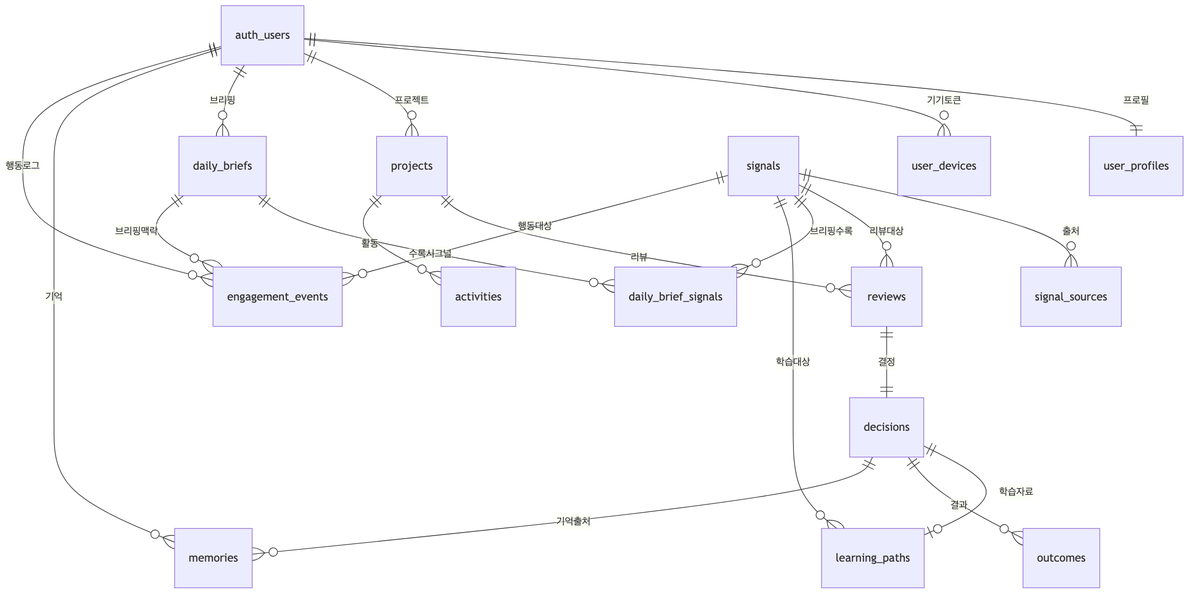
Earlier version of the Mermaid export docs/decision-os-erd.png (yoosg/decision-os). Its source is kept beside it as docs/decision-os-erd.mmd. Source of this version:
```mermaid
erDiagram
    auth_users ||--|| user_profiles : "프로필"
    auth_users ||--o{ user_devices : "기기토큰"
    auth_users ||--o{ projects : "프로젝트"
    auth_users ||--o{ daily_briefs : "브리핑"
    auth_users ||--o{ memories : "기억"
    auth_users ||--o{ engagement_events : "행동로그"
    projects ||--o{ reviews : "리뷰"
    projects ||--o{ activities : "활동"
    signals ||--o{ signal_sources : "출처"
    signals ||--o{ reviews : "리뷰대상"
    signals ||--o{ daily_brief_signals : "브리핑수록"
    signals ||--o{ learning_paths : "학습대상"
    signals ||--o{ engagement_events : "행동대상"
    daily_briefs ||--o{ daily_brief_signals : "수록시그널"
    daily_briefs ||--o{ engagement_events : "브리핑맥락"
    reviews ||--|| decisions : "결정"
    decisions ||--o| learning_paths : "학습자료"
    decisions ||--o{ outcomes : "결과"
    decisions ||--o{ memories : "기억출처"
```
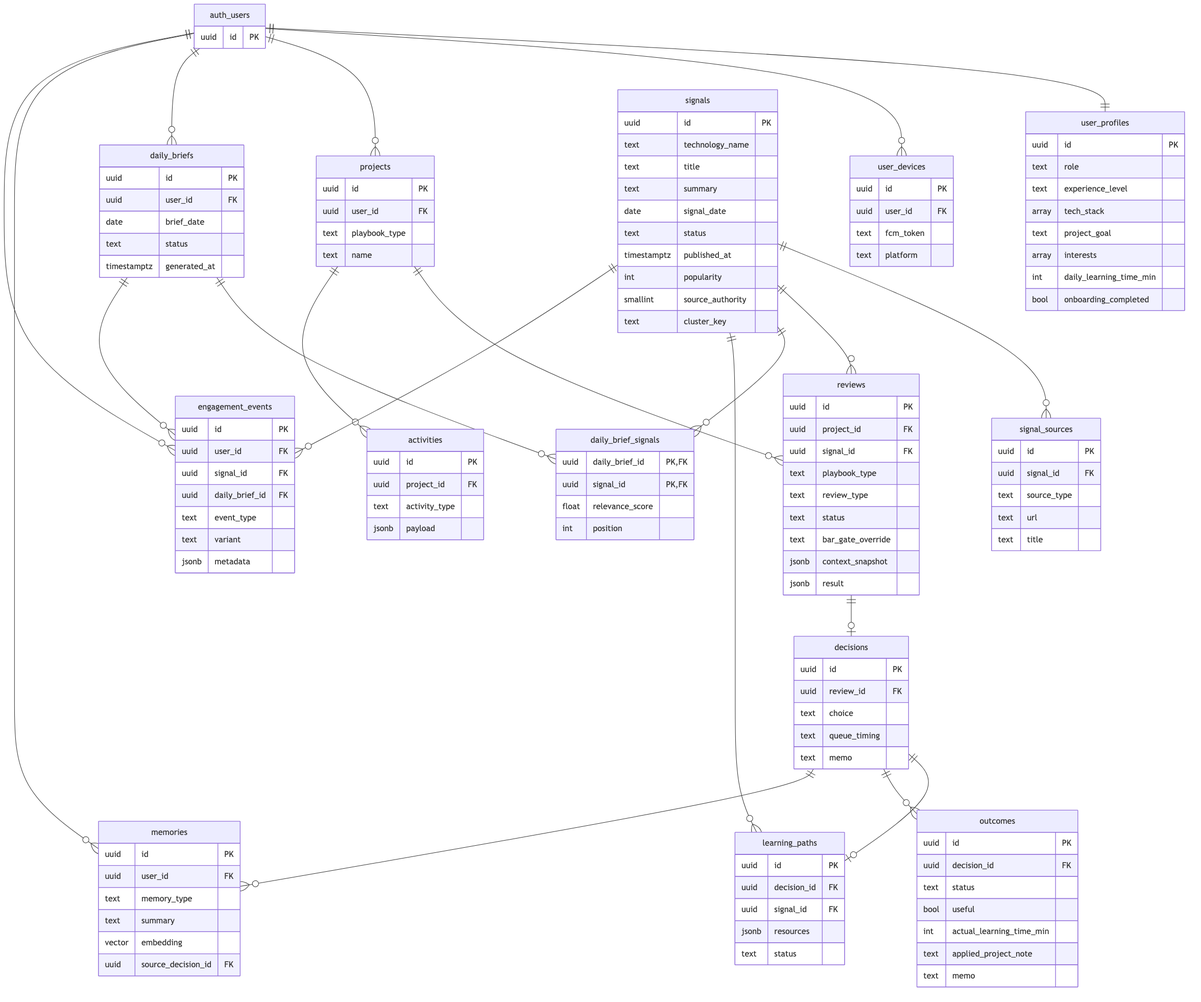
Above is the later version.

What changed in the source:
```diff
@@ -1,20 +1,135 @@
 erDiagram
-    auth_users ||--|| user_profiles : "프로필"
-    auth_users ||--o{ user_devices : "기기토큰"
-    auth_users ||--o{ projects : "프로젝트"
-    auth_users ||--o{ daily_briefs : "브리핑"
-    auth_users ||--o{ memories : "기억"
-    auth_users ||--o{ engagement_events : "행동로그"
-    projects ||--o{ reviews : "리뷰"
-    projects ||--o{ activities : "활동"
-    signals ||--o{ signal_sources : "출처"
-    signals ||--o{ reviews : "리뷰대상"
-    signals ||--o{ daily_brief_signals : "브리핑수록"
-    signals ||--o{ learning_paths : "학습대상"
-    signals ||--o{ engagement_events : "행동대상"
-    daily_briefs ||--o{ daily_brief_signals : "수록시그널"
-    daily_briefs ||--o{ engagement_events : "브리핑맥락"
-    reviews ||--|| decisions : "결정"
-    decisions ||--o| learning_paths : "학습자료"
-    decisions ||--o{ outcomes : "결과"
-    decisions ||--o{ memories : "기억출처"
+    auth_users ||--|| user_profiles : ""
+    auth_users ||--o{ user_devices : ""
+    auth_users ||--o{ projects : ""
+    auth_users ||--o{ daily_briefs : ""
+    auth_users ||--o{ memories : ""
+    auth_users ||--o{ engagement_events : ""
+    projects ||--o{ reviews : ""
+    projects ||--o{ activities : ""
+    signals ||--o{ signal_sources : ""
+    signals ||--o{ reviews : ""
+    signals ||--o{ daily_brief_signals : ""
+    signals ||--o{ learning_paths : ""
+    signals ||--o{ engagement_events : ""
+    daily_briefs ||--o{ daily_brief_signals : ""
+    daily_briefs ||--o{ engagement_events : ""
+    reviews ||--o| decisions : ""
+    decisions ||--o| learning_paths : ""
+    decisions ||--o{ outcomes : ""
+    decisions ||--o{ memories : ""
+
+    auth_users {
+        uuid id PK
+    }
+    user_profiles {
+        uuid id PK
+        text role
+        text experience_level
+        array tech_stack
+        text project_goal
+        array interests
+        int daily_learning_time_min
+        bool onboarding_completed
+    }
+    user_devices {
+        uuid id PK
+        uuid user_id FK
+        text fcm_token
+        text platform
+    }
+    projects {
+        uuid id PK
+        uuid user_id FK
+        text playbook_type
+        text name
+    }
+    signals {
+        uuid id PK
+        text technology_name
+        text title
+        text summary
+        date signal_date
+        text status
+        timestamptz published_at
+        int popularity
+        smallint source_authority
+        text cluster_key
+    }
+    signal_sources {
+        uuid id PK
+        uuid signal_id FK
+        text source_type
+        text url
+        text title
+    }
+    daily_briefs {
+        uuid id PK
+        uuid user_id FK
+        date brief_date
+        text status
+        timestamptz generated_at
+    }
+    daily_brief_signals {
+        uuid daily_brief_id PK,FK
+        uuid signal_id PK,FK
+        float relevance_score
+        int position
+    }
+    reviews {
+        uuid id PK
+        uuid project_id FK
+        uuid signal_id FK
+        text playbook_type
+        text review_type
+        text status
+        text bar_gate_override
+        jsonb context_snapshot
+        jsonb result
+    }
+    decisions {
+        uuid id PK
+        uuid review_id FK
+        text choice
+        text queue_timing
+        text memo
+    }
+    learning_paths {
+        uuid id PK
+        uuid decision_id FK
+        uuid signal_id FK
+        jsonb resources
+        text status
+    }
+    outcomes {
+        uuid id PK
+        uuid decision_id FK
+        text status
+        bool useful
+        int actual_learning_time_min
+        text applied_project_note
+        text memo
+    }
+    memories {
+        uuid id PK
+        uuid user_id FK
+        text memory_type
+        text summary
+        vector embedding
+        uuid source_decision_id FK
+    }
+    activities {
+        uuid id PK
+        uuid project_id FK
+        text activity_type
+        jsonb payload
+    }
+    engagement_events {
+        uuid id PK
+        uuid user_id FK
+        uuid signal_id FK
+        uuid daily_brief_id FK
+        text event_type
+        text variant
+        jsonb metadata
+    }
```
